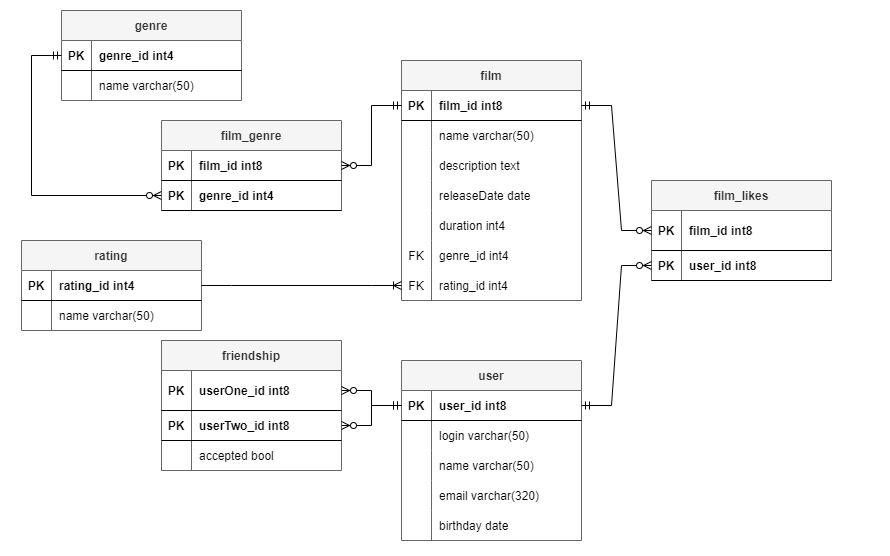
Before: .github/workflows/erd.png, a diagram exported from draw.io (tonychem/java-filmorate). Source tidied: cells renumbered, new cells last; positions are measured from the earlier drawing's top-left corner, leaving out a move shared by most shapes.
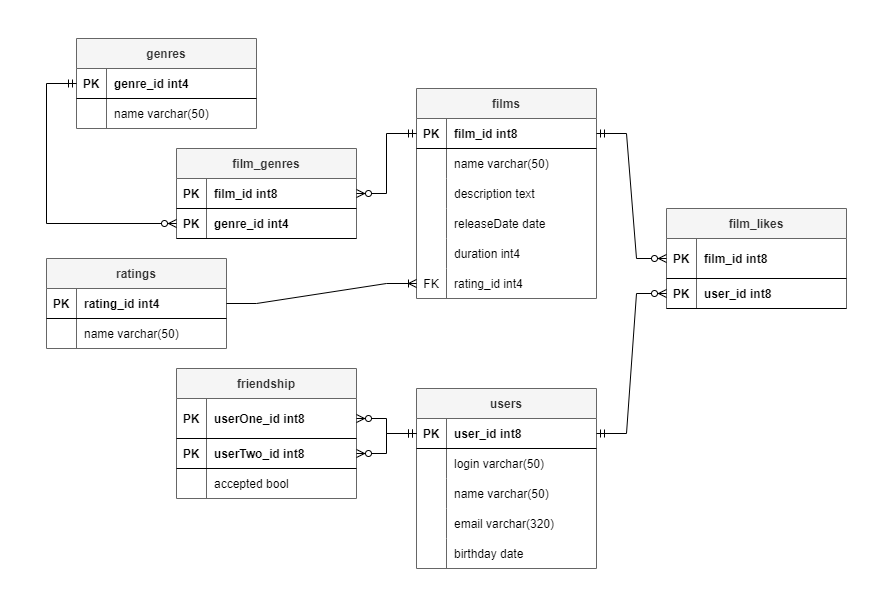
Later version of the same file.

Commit message:
refactor: исправить ошибку в диаграмме

Diff of the diagram source:
```diff
@@ -2,8 +2,8 @@
   <root>
     <mxCell id="0" />
     <mxCell id="1" parent="0" />
-    <mxCell id="2" value="film" style="shape=table;startSize=30;rowLines=0;fontStyle=1;align=center;fillColor=#f5f5f5;strokeColor=#666666;fontColor=#333333;" parent="1" vertex="1">
-      <mxGeometry x="380" y="50" width="180" height="240" as="geometry" />
+    <mxCell id="2" value="films" style="shape=table;startSize=30;rowLines=0;fontStyle=1;align=center;fillColor=#f5f5f5;strokeColor=#666666;fontColor=#333333;" parent="1" vertex="1">
+      <mxGeometry x="380" y="50" width="180" height="210" as="geometry" />
     </mxCell>
     <mxCell id="3" style="shape=tableRow;horizontal=0;startSize=0;swimlaneHead=0;swimlaneBody=0;fillColor=none;points=[[0,0.5],[1,0.5]];portConstraint=eastwest;top=0;left=0;right=0;bottom=1;" parent="2" vertex="1">
       <mxGeometry y="30" width="180" height="30" as="geometry" />
@@ -50,17 +50,8 @@
     <mxCell id="17" value="duration int4" style="shape=partialRectangle;fillColor=none;top=0;left=0;bottom=0;right=0;align=left;spacingLeft=6;overflow=hidden;" parent="15" vertex="1">
       <mxGeometry x="30" width="150" height="30" as="geometry" />
     </mxCell>
-    <mxCell id="18" style="shape=tableRow;horizontal=0;startSize=0;swimlaneHead=0;swimlaneBody=0;fillColor=none;top=0;left=0;right=0;bottom=0;" parent="2" vertex="1">
-      <mxGeometry y="180" width="180" height="30" as="geometry" />
-    </mxCell>
-    <mxCell id="19" value="FK" style="shape=partialRectangle;fillColor=none;top=0;left=0;bottom=0;right=0;fontStyle=0;overflow=hidden;" parent="18" vertex="1">
-      <mxGeometry width="30" height="30" as="geometry" />
-    </mxCell>
-    <mxCell id="20" value="genre_id int4" style="shape=partialRectangle;fillColor=none;top=0;left=0;bottom=0;right=0;align=left;spacingLeft=6;fontStyle=0;overflow=hidden;" parent="18" vertex="1">
-      <mxGeometry x="30" width="150" height="30" as="geometry" />
-    </mxCell>
     <mxCell id="21" style="shape=tableRow;horizontal=0;startSize=0;swimlaneHead=0;swimlaneBody=0;fillColor=none;points=[[0,0.5],[1,0.5]];portConstraint=eastwest;top=0;left=0;right=0;bottom=0;" parent="2" vertex="1">
-      <mxGeometry y="210" width="180" height="30" as="geometry" />
+      <mxGeometry y="180" width="180" height="30" as="geometry" />
     </mxCell>
     <mxCell id="22" value="FK" style="shape=partialRectangle;fillColor=none;top=0;left=0;bottom=0;right=0;fontStyle=0;overflow=hidden;" parent="21" vertex="1">
       <mxGeometry width="30" height="30" as="geometry" />
@@ -68,7 +59,7 @@
     <mxCell id="23" value="rating_id int4" style="shape=partialRectangle;fillColor=none;top=0;left=0;bottom=0;right=0;align=left;spacingLeft=6;fontStyle=0;overflow=hidden;" parent="21" vertex="1">
       <mxGeometry x="30" width="150" height="30" as="geometry" />
     </mxCell>
-    <mxCell id="24" value="genre" style="shape=table;startSize=30;rowLines=0;fontStyle=1;align=center;fillColor=#f5f5f5;strokeColor=#666666;fontColor=#333333;" parent="1" vertex="1">
+    <mxCell id="24" value="genres" style="shape=table;startSize=30;rowLines=0;fontStyle=1;align=center;fillColor=#f5f5f5;strokeColor=#666666;fontColor=#333333;" parent="1" vertex="1">
       <mxGeometry x="40" width="180" height="90" as="geometry" />
     </mxCell>
     <mxCell id="25" style="shape=tableRow;horizontal=0;startSize=0;swimlaneHead=0;swimlaneBody=0;fillColor=none;points=[[0,0.5],[1,0.5]];portConstraint=eastwest;top=0;left=0;right=0;bottom=1;" parent="24" vertex="1">
@@ -89,8 +80,8 @@
     <mxCell id="30" value="name varchar(50)" style="shape=partialRectangle;fillColor=none;top=0;left=0;bottom=0;right=0;align=left;spacingLeft=6;overflow=hidden;" parent="28" vertex="1">
       <mxGeometry x="30" width="150" height="30" as="geometry" />
     </mxCell>
-    <mxCell id="31" value="rating" style="shape=table;startSize=30;rowLines=0;fontStyle=1;align=center;fillColor=#f5f5f5;strokeColor=#666666;fontColor=#333333;" parent="1" vertex="1">
-      <mxGeometry y="230" width="180" height="90" as="geometry" />
+    <mxCell id="31" value="ratings" style="shape=table;startSize=30;rowLines=0;fontStyle=1;align=center;fillColor=#f5f5f5;strokeColor=#666666;fontColor=#333333;" parent="1" vertex="1">
+      <mxGeometry x="10" y="220" width="180" height="90" as="geometry" />
     </mxCell>
     <mxCell id="32" style="shape=tableRow;horizontal=0;startSize=0;swimlaneHead=0;swimlaneBody=0;fillColor=none;points=[[0,0.5],[1,0.5]];portConstraint=eastwest;top=0;left=0;right=0;bottom=1;" parent="31" vertex="1">
       <mxGeometry y="30" width="180" height="30" as="geometry" />
@@ -131,7 +122,7 @@
     <mxCell id="44" value="user_id int8" style="shape=partialRectangle;fillColor=none;top=0;left=0;bottom=0;right=0;align=left;spacingLeft=6;fontStyle=1;overflow=hidden;strokeColor=none;" parent="42" vertex="1">
       <mxGeometry x="30" width="150" height="30" as="geometry" />
     </mxCell>
-    <mxCell id="45" value="user" style="shape=table;startSize=30;rowLines=0;fontStyle=1;align=center;fillColor=#f5f5f5;strokeColor=#666666;fontColor=#333333;" parent="1" vertex="1">
+    <mxCell id="45" value="users" style="shape=table;startSize=30;rowLines=0;fontStyle=1;align=center;fillColor=#f5f5f5;strokeColor=#666666;fontColor=#333333;" parent="1" vertex="1">
       <mxGeometry x="380" y="350" width="180" height="180" as="geometry" />
     </mxCell>
     <mxCell id="46" style="shape=tableRow;horizontal=0;startSize=0;swimlaneHead=0;swimlaneBody=0;fillColor=none;points=[[0,0.5],[1,0.5]];portConstraint=eastwest;top=0;left=0;right=0;bottom=1;" parent="45" vertex="1">
@@ -224,7 +215,7 @@
     <mxCell id="75" style="edgeStyle=entityRelationEdgeStyle;fontSize=12;html=1;endArrow=ERoneToMany;rounded=0;exitX=1;exitY=0.5;exitDx=0;exitDy=0;entryX=0;entryY=0.5;entryDx=0;entryDy=0;" parent="1" edge="1" source="32" target="21">
       <mxGeometry relative="1" as="geometry" />
     </mxCell>
-    <mxCell id="76" value="film_genre" style="shape=table;startSize=30;rowLines=0;fontStyle=1;align=center;fillColor=#f5f5f5;strokeColor=#666666;fontColor=#333333;" parent="1" vertex="1">
+    <mxCell id="76" value="film_genres" style="shape=table;startSize=30;rowLines=0;fontStyle=1;align=center;fillColor=#f5f5f5;strokeColor=#666666;fontColor=#333333;" parent="1" vertex="1">
       <mxGeometry x="140" y="110" width="180" height="90" as="geometry" />
     </mxCell>
     <mxCell id="77" style="shape=tableRow;horizontal=0;startSize=0;swimlaneHead=0;swimlaneBody=0;fillColor=none;points=[[0,0.5],[1,0.5]];portConstraint=eastwest;top=0;left=0;right=0;bottom=1;" parent="76" vertex="1">
```
